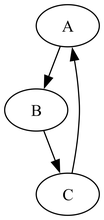
Before: target/classes/output.png, a diagram exported from Graphviz (ryanalfa94/-CSE-464-2024-ralfa). Its source is kept beside it as target/classes/output.dot. Source of this version:
```dot
digraph "G" {
"A" -> "B"
"B" -> "C"
"C" -> "A"
}
```
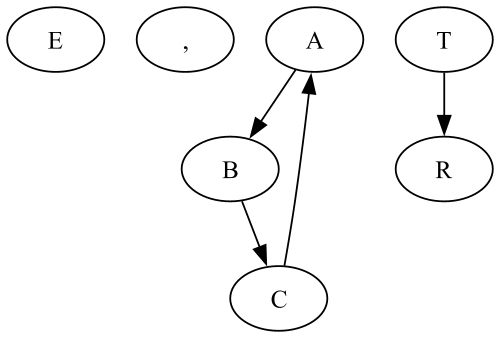
After the change.

The edit, as a diff of the source:
```diff
@@ -1,5 +1,8 @@
 digraph "G" {
+"E"
+","
 "A" -> "B"
 "B" -> "C"
 "C" -> "A"
+"T" -> "R"
 }
```
